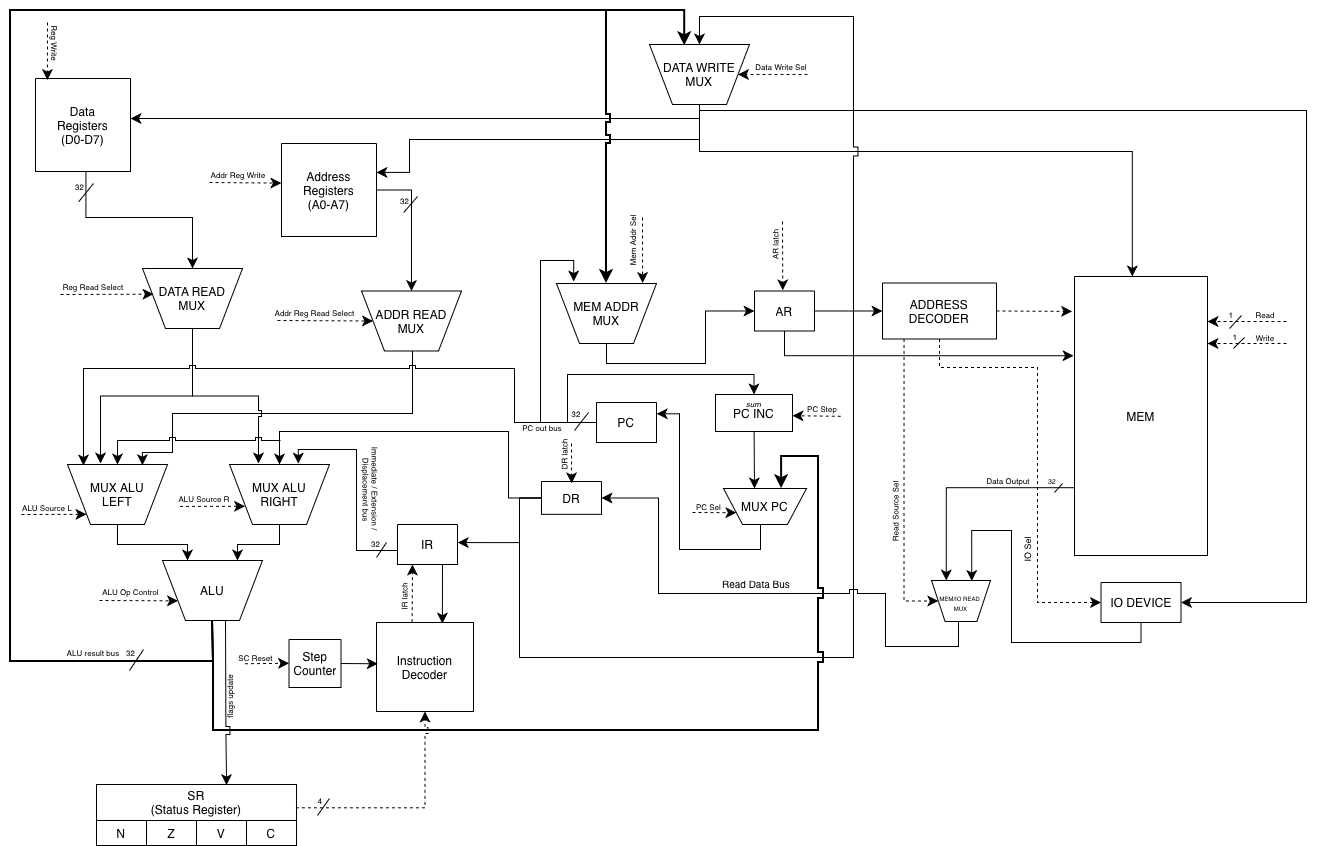
Above: ак 4сем/m68k scheme.drawio.png in mayintain/itmo (draw.io), before the change. Source tidied: cells renumbered, new cells last; positions are measured from the earlier drawing's top-left corner, leaving out a move shared by most shapes.
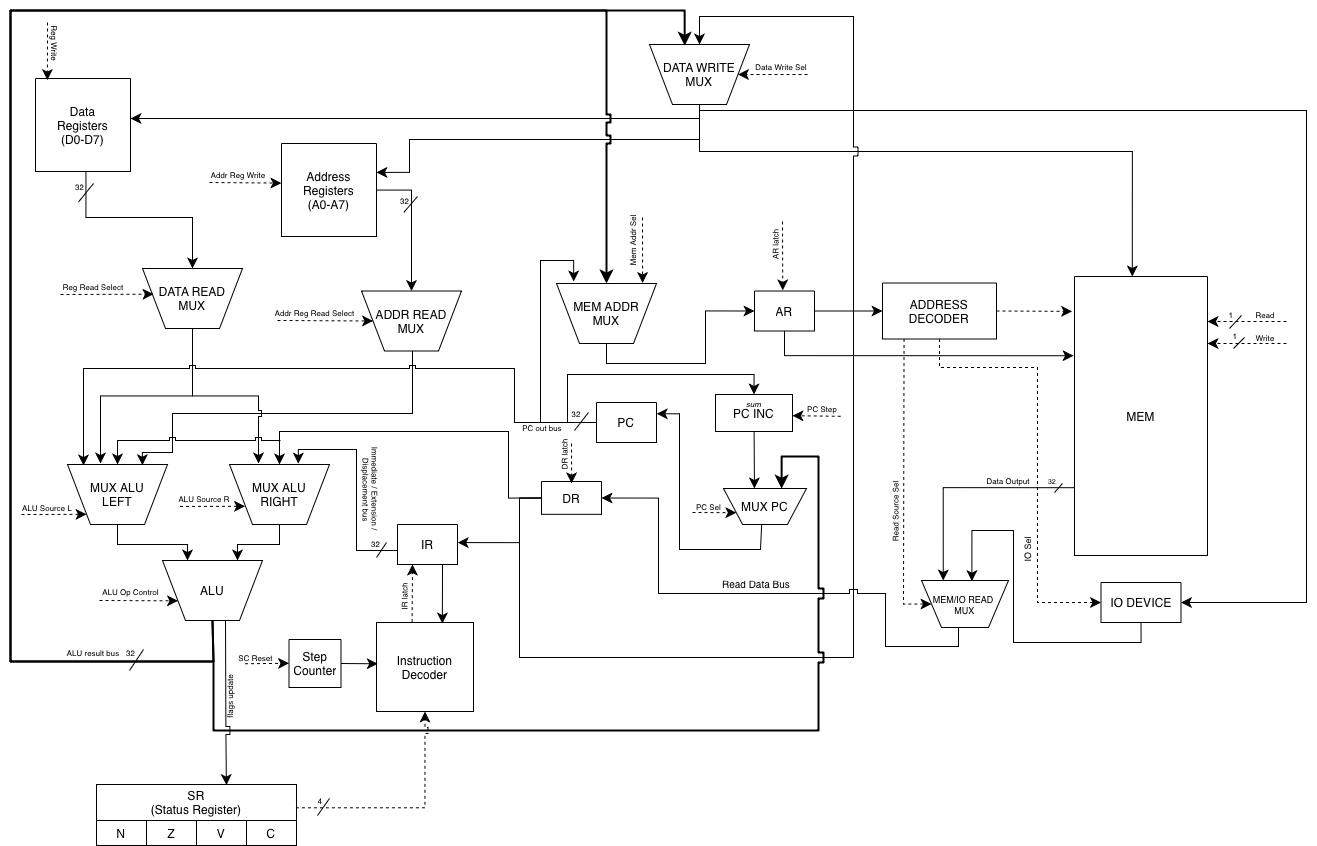
Above is the later version.

The edit, as a diff of the source:
```diff
@@ -608,12 +608,12 @@
     <mxCell id="137" value="&lt;font style=&quot;font-size: 9px;&quot;&gt;IO Sel&lt;/font&gt;" style="text;html=1;whiteSpace=wrap;strokeColor=none;fillColor=none;align=center;verticalAlign=middle;rounded=0;fontSize=16;rotation=-90;" parent="1" vertex="1">
       <mxGeometry x="986" y="524" width="60" height="30" as="geometry" />
     </mxCell>
-    <mxCell id="138" style="edgeStyle=orthogonalEdgeStyle;rounded=0;jettySize=auto;html=1;fontSize=12;startSize=8;endSize=8;exitX=0.5;exitY=1;exitDx=0;exitDy=0;entryX=0.682;entryY=0.988;entryDx=0;entryDy=0;entryPerimeter=0;" parent="1" edge="1" source="72" target="143">
+    <mxCell id="138" style="edgeStyle=orthogonalEdgeStyle;rounded=0;jettySize=auto;html=1;fontSize=12;startSize=8;endSize=8;exitX=0.5;exitY=1;exitDx=0;exitDy=0;entryX=0.579;entryY=0.986;entryDx=0;entryDy=0;entryPerimeter=0;" parent="1" edge="1" source="72" target="143">
       <mxGeometry relative="1" as="geometry">
         <Array as="points">
           <mxPoint x="1131" y="632" />
-          <mxPoint x="1001" y="632" />
-          <mxPoint x="1001" y="520" />
+          <mxPoint x="1003" y="632" />
+          <mxPoint x="1003" y="520" />
           <mxPoint x="961" y="520" />
         </Array>
       </mxGeometry>
@@ -637,8 +637,8 @@
     <mxCell id="142" style="endArrow=classic;html=1;rounded=0;fontSize=12;startSize=8;endSize=8;exitX=-0.003;exitY=0.757;exitDx=0;exitDy=0;exitPerimeter=0;edgeStyle=orthogonalEdgeStyle;entryX=0.25;entryY=1;entryDx=0;entryDy=0;" parent="1" edge="1" source="3" target="143">
       <mxGeometry relative="1" as="geometry" />
     </mxCell>
-    <mxCell id="143" value="&lt;div style=&quot;line-height: 90%;&quot;&gt;&lt;font style=&quot;font-size: 6px; line-height: 90%;&quot;&gt;MEM/IO&amp;nbsp;&lt;/font&gt;&lt;span style=&quot;font-size: 6px; line-height: 90%;&quot;&gt;READ&amp;nbsp;&lt;/span&gt;&lt;/div&gt;&lt;div style=&quot;line-height: 90%;&quot;&gt;&lt;span style=&quot;font-size: 6px; line-height: 90%;&quot;&gt;MUX&lt;/span&gt;&lt;/div&gt;" style="verticalLabelPosition=middle;verticalAlign=middle;html=1;shape=trapezoid;perimeter=trapezoidPerimeter;whiteSpace=wrap;size=0.23;arcSize=10;flipV=1;labelPosition=center;align=center;legacyAnchorPoints=0;" parent="1" vertex="1">
-      <mxGeometry x="921" y="570" width="59" height="41" as="geometry" />
+    <mxCell id="143" value="&lt;div style=&quot;line-height: 90%;&quot;&gt;&lt;font style=&quot;font-size: 9px;&quot;&gt;&lt;font style=&quot;line-height: 90%;&quot;&gt;MEM/IO&amp;nbsp;&lt;/font&gt;&lt;span style=&quot;line-height: 90%;&quot;&gt;READ&amp;nbsp;&lt;/span&gt;&lt;/font&gt;&lt;/div&gt;&lt;div style=&quot;line-height: 90%;&quot;&gt;&lt;span style=&quot;line-height: 90%;&quot;&gt;&lt;font style=&quot;font-size: 9px;&quot;&gt;MUX&lt;/font&gt;&lt;/span&gt;&lt;/div&gt;" style="verticalLabelPosition=middle;verticalAlign=middle;html=1;shape=trapezoid;perimeter=trapezoidPerimeter;whiteSpace=wrap;size=0.23;arcSize=10;flipV=1;labelPosition=center;align=center;legacyAnchorPoints=0;" parent="1" vertex="1">
+      <mxGeometry x="911" y="570" width="87" height="47" as="geometry" />
     </mxCell>
     <mxCell id="144" style="endArrow=classic;html=1;rounded=0;fontSize=12;startSize=8;endSize=8;exitX=0.189;exitY=0.999;exitDx=0;exitDy=0;exitPerimeter=0;entryX=0;entryY=0.5;entryDx=0;entryDy=0;edgeStyle=orthogonalEdgeStyle;dashed=1;" parent="1" edge="1" source="37" target="143">
       <mxGeometry relative="1" as="geometry">
```
